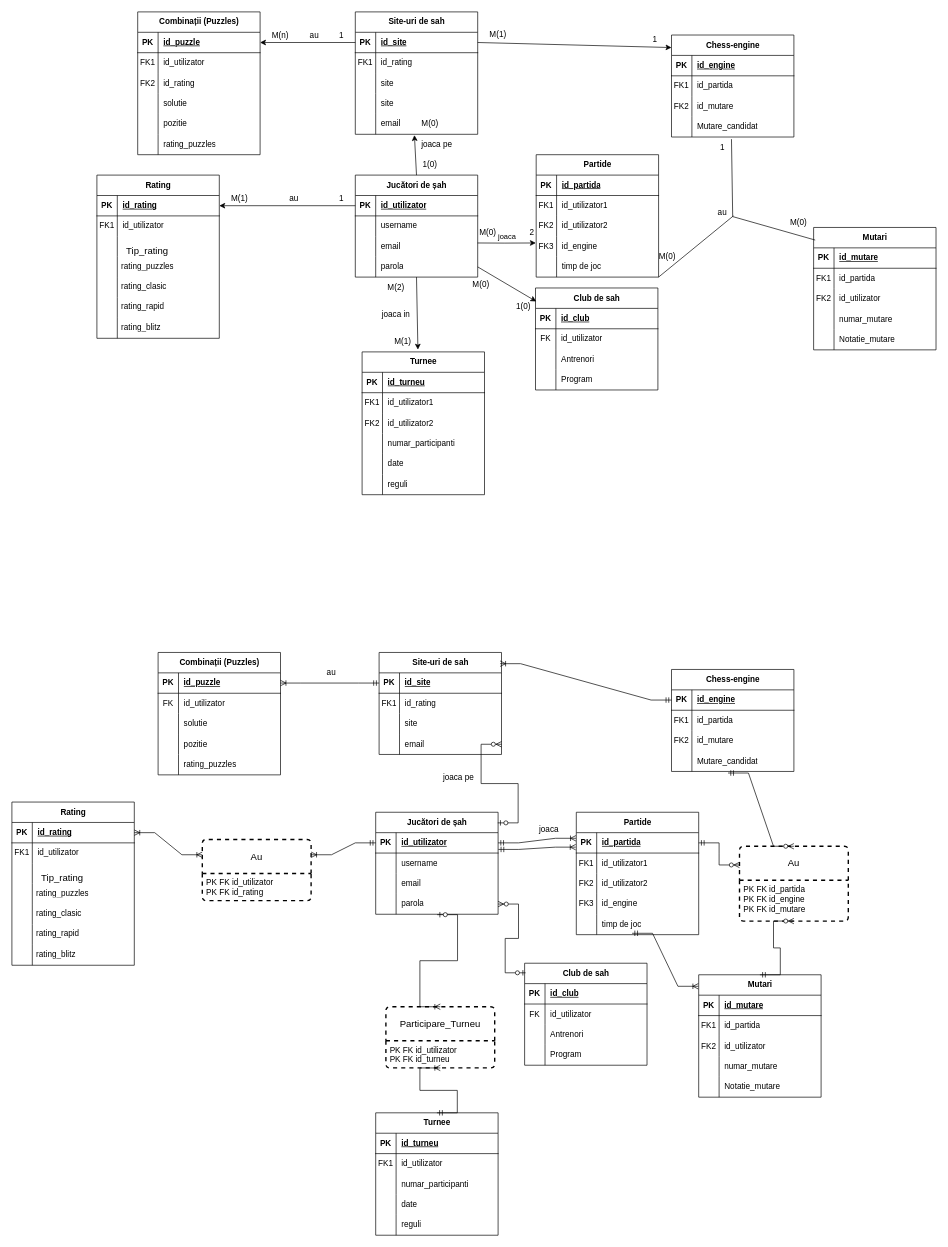
Earlier version of the draw.io diagram Anul1/Semestrul 2/BD/proiect/Sah.drawio (CiprianVlad/facultate). Source tidied: cells renumbered, new cells numbered last; positions are measured from the earlier drawing's top-left corner, leaving out a move shared by most shapes. Both pictures are drawn from the tidied source at 68%, with x=0, y=0 at pixel (12, 12).
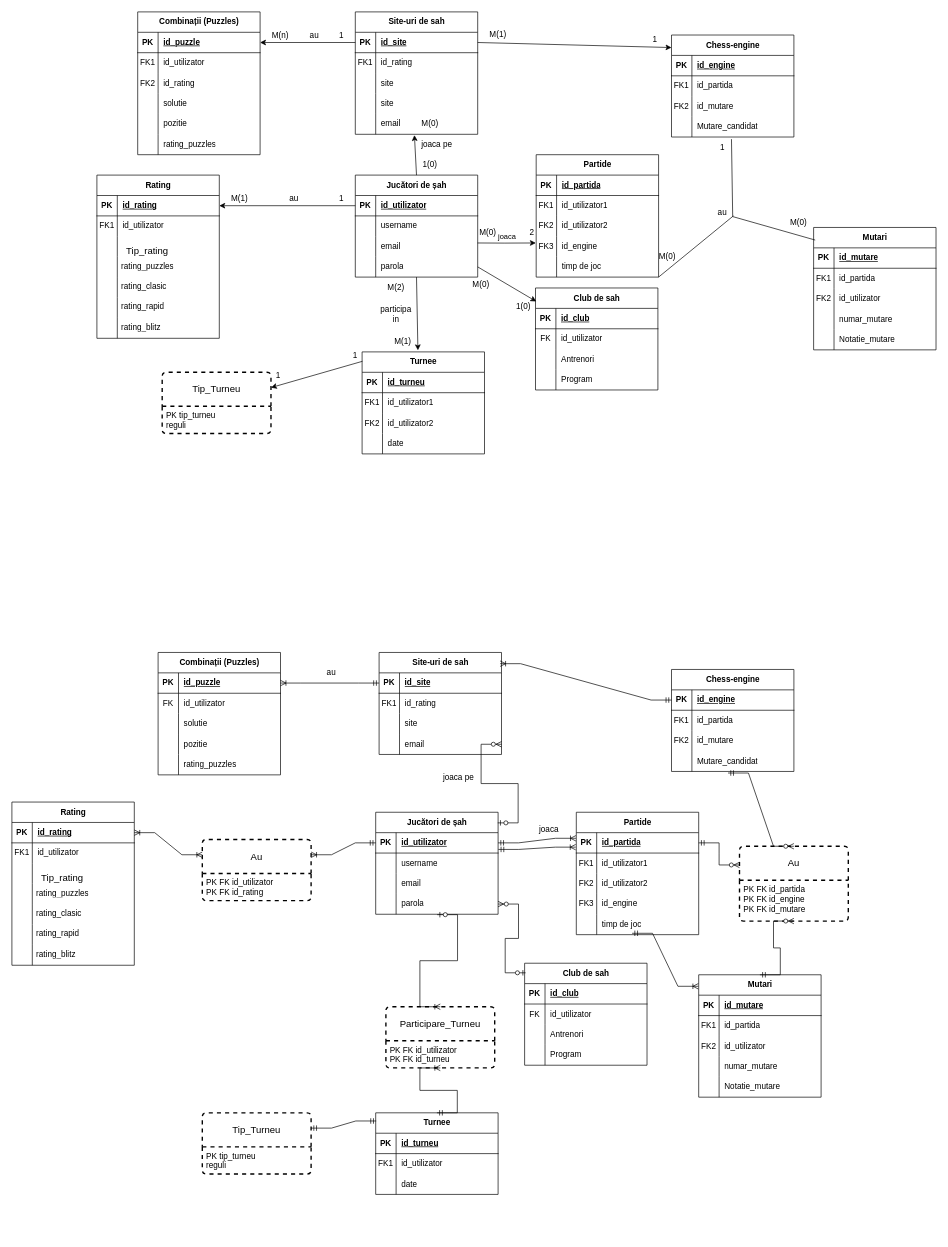
After the change.

Change to the diagram source:
```diff
@@
     <mxCell id="98" value="Turnee" style="shape=table;startSize=30;childLayout=tableLayout;rowLines=0;fontStyle=1;align=center;html=1;" parent="1" vertex="1">
-      <mxGeometry x="515" y="500" width="180" height="210" as="geometry" />
+      <mxGeometry x="515" y="500" width="180" height="150" as="geometry" />
     </mxCell>
@@
-    <mxCell id="108" style="shape=tableRow;horizontal=0;startSize=0;swimlaneHead=0;swimlaneBody=0;fillColor=none;top=0;left=0;right=0;bottom=0;" parent="98" vertex="1">
-      <mxGeometry y="120" width="180" height="30" as="geometry" />
-    </mxCell>
-    <mxCell id="109" style="shape=partialRectangle;fillColor=none;top=0;left=0;bottom=0;right=0;overflow=hidden;whiteSpace=wrap;html=1;" parent="108" vertex="1">
-      <mxGeometry width="30" height="30" as="geometry" />
-    </mxCell>
-    <mxCell id="110" value="numar_participanti" style="shape=partialRectangle;fillColor=none;top=0;left=0;bottom=0;right=0;align=left;spacingLeft=6;overflow=hidden;whiteSpace=wrap;html=1;" parent="108" vertex="1">
-      <mxGeometry x="30" width="150" height="30" as="geometry" />
-    </mxCell>
     <mxCell id="111" style="shape=tableRow;horizontal=0;startSize=0;swimlaneHead=0;swimlaneBody=0;fillColor=none;top=0;left=0;right=0;bottom=0;" parent="98" vertex="1">
-      <mxGeometry y="150" width="180" height="30" as="geometry" />
+      <mxGeometry y="120" width="180" height="30" as="geometry" />
     </mxCell>
@@
-    <mxCell id="114" style="shape=tableRow;horizontal=0;startSize=0;swimlaneHead=0;swimlaneBody=0;fillColor=none;top=0;left=0;right=0;bottom=0;" parent="98" vertex="1">
-      <mxGeometry y="180" width="180" height="30" as="geometry" />
-    </mxCell>
-    <mxCell id="115" style="shape=partialRectangle;fillColor=none;top=0;left=0;bottom=0;right=0;overflow=hidden;whiteSpace=wrap;html=1;" parent="114" vertex="1">
-      <mxGeometry width="30" height="30" as="geometry" />
-    </mxCell>
-    <mxCell id="116" value="reguli" style="shape=partialRectangle;fillColor=none;top=0;left=0;bottom=0;right=0;align=left;spacingLeft=6;overflow=hidden;whiteSpace=wrap;html=1;" parent="114" vertex="1">
-      <mxGeometry x="30" width="150" height="30" as="geometry" />
-    </mxCell>
@@
-    <mxCell id="146" value="joaca in" style="text;html=1;align=center;verticalAlign=middle;whiteSpace=wrap;rounded=0;" parent="1" vertex="1">
+    <mxCell id="146" value="participa in" style="text;html=1;align=center;verticalAlign=middle;whiteSpace=wrap;rounded=0;" parent="1" vertex="1">
       <mxGeometry x="535" y="430" width="60" height="30" as="geometry" />
     </mxCell>
@@
     <mxCell id="230" value="Turnee" style="shape=table;startSize=30;childLayout=tableLayout;rowLines=0;fontStyle=1;align=center;html=1;" parent="1" vertex="1">
-      <mxGeometry x="535" y="1619" width="180" height="180" as="geometry" />
+      <mxGeometry x="535" y="1619" width="180" height="120" as="geometry" />
     </mxCell>
@@
-    <mxCell id="237" style="shape=tableRow;horizontal=0;startSize=0;swimlaneHead=0;swimlaneBody=0;fillColor=none;top=0;left=0;right=0;bottom=0;" parent="230" vertex="1">
-      <mxGeometry y="90" width="180" height="30" as="geometry" />
-    </mxCell>
-    <mxCell id="238" style="shape=partialRectangle;fillColor=none;top=0;left=0;bottom=0;right=0;overflow=hidden;whiteSpace=wrap;html=1;" parent="237" vertex="1">
-      <mxGeometry width="30" height="30" as="geometry" />
-    </mxCell>
-    <mxCell id="239" value="numar_participanti" style="shape=partialRectangle;fillColor=none;top=0;left=0;bottom=0;right=0;align=left;spacingLeft=6;overflow=hidden;whiteSpace=wrap;html=1;" parent="237" vertex="1">
-      <mxGeometry x="30" width="150" height="30" as="geometry" />
-    </mxCell>
     <mxCell id="240" style="shape=tableRow;horizontal=0;startSize=0;swimlaneHead=0;swimlaneBody=0;fillColor=none;top=0;left=0;right=0;bottom=0;" parent="230" vertex="1">
-      <mxGeometry y="120" width="180" height="30" as="geometry" />
+      <mxGeometry y="90" width="180" height="30" as="geometry" />
     </mxCell>
@@
-    <mxCell id="243" style="shape=tableRow;horizontal=0;startSize=0;swimlaneHead=0;swimlaneBody=0;fillColor=none;top=0;left=0;right=0;bottom=0;" parent="230" vertex="1">
-      <mxGeometry y="150" width="180" height="30" as="geometry" />
-    </mxCell>
-    <mxCell id="244" style="shape=partialRectangle;fillColor=none;top=0;left=0;bottom=0;right=0;overflow=hidden;whiteSpace=wrap;html=1;" parent="243" vertex="1">
-      <mxGeometry width="30" height="30" as="geometry" />
-    </mxCell>
-    <mxCell id="245" value="reguli" style="shape=partialRectangle;fillColor=none;top=0;left=0;bottom=0;right=0;align=left;spacingLeft=6;overflow=hidden;whiteSpace=wrap;html=1;" parent="243" vertex="1">
-      <mxGeometry x="30" width="150" height="30" as="geometry" />
-    </mxCell>
@@
+    <mxCell id="353" value="Tip_Turneu" style="swimlane;horizontal=1;startSize=50;rounded=1;fontSize=14;fontStyle=0;strokeWidth=2;shadow=0;dashed=1;align=center;arcSize=4;whiteSpace=wrap;html=1;" parent="1" vertex="1">
+      <mxGeometry x="280" y="1619" width="160" height="90" as="geometry" />
+    </mxCell>
+    <mxCell id="354" value="&lt;div&gt;PK tip_turneu&lt;/div&gt;reguli" style="align=left;strokeColor=none;fillColor=none;spacingLeft=4;spacingRight=4;fontSize=12;verticalAlign=top;html=1;whiteSpace=wrap;dashed=1;rounded=1;" parent="353" vertex="1">
+      <mxGeometry y="50" width="160" height="40" as="geometry" />
+    </mxCell>
+    <mxCell id="355" style="edgeStyle=entityRelationEdgeStyle;fontSize=12;html=1;endArrow=ERmandOne;startArrow=ERmandOne;rounded=0;entryX=0.004;entryY=0.1;entryDx=0;entryDy=0;entryPerimeter=0;exitX=1;exitY=0.25;exitDx=0;exitDy=0;" parent="1" edge="1" source="353" target="230">
+      <mxGeometry relative="1" as="geometry" />
+    </mxCell>
+    <mxCell id="356" value="Tip_Turneu" style="swimlane;horizontal=1;startSize=50;rounded=1;fontSize=14;fontStyle=0;strokeWidth=2;shadow=0;dashed=1;align=center;arcSize=4;whiteSpace=wrap;html=1;" parent="1" vertex="1">
+      <mxGeometry x="221" y="530" width="160" height="90" as="geometry" />
+    </mxCell>
+    <mxCell id="357" value="&lt;div&gt;PK tip_turneu&lt;/div&gt;reguli" style="align=left;strokeColor=none;fillColor=none;spacingLeft=4;spacingRight=4;fontSize=12;verticalAlign=top;html=1;whiteSpace=wrap;dashed=1;rounded=1;" parent="356" vertex="1">
+      <mxGeometry y="50" width="160" height="40" as="geometry" />
+    </mxCell>
+    <mxCell id="358" style="endArrow=classic;html=1;rounded=0;exitX=0.003;exitY=0.092;exitDx=0;exitDy=0;exitPerimeter=0;entryX=1;entryY=0.25;entryDx=0;entryDy=0;" parent="1" edge="1" source="98" target="356">
+      <mxGeometry relative="1" as="geometry" />
+    </mxCell>
+    <mxCell id="359" value="1" style="text;html=1;align=center;verticalAlign=middle;whiteSpace=wrap;rounded=0;" parent="1" vertex="1">
+      <mxGeometry x="475" y="490" width="60" height="30" as="geometry" />
+    </mxCell>
+    <mxCell id="360" value="1" style="text;html=1;align=center;verticalAlign=middle;whiteSpace=wrap;rounded=0;" parent="1" vertex="1">
+      <mxGeometry x="362" y="520" width="60" height="30" as="geometry" />
+    </mxCell>
```
